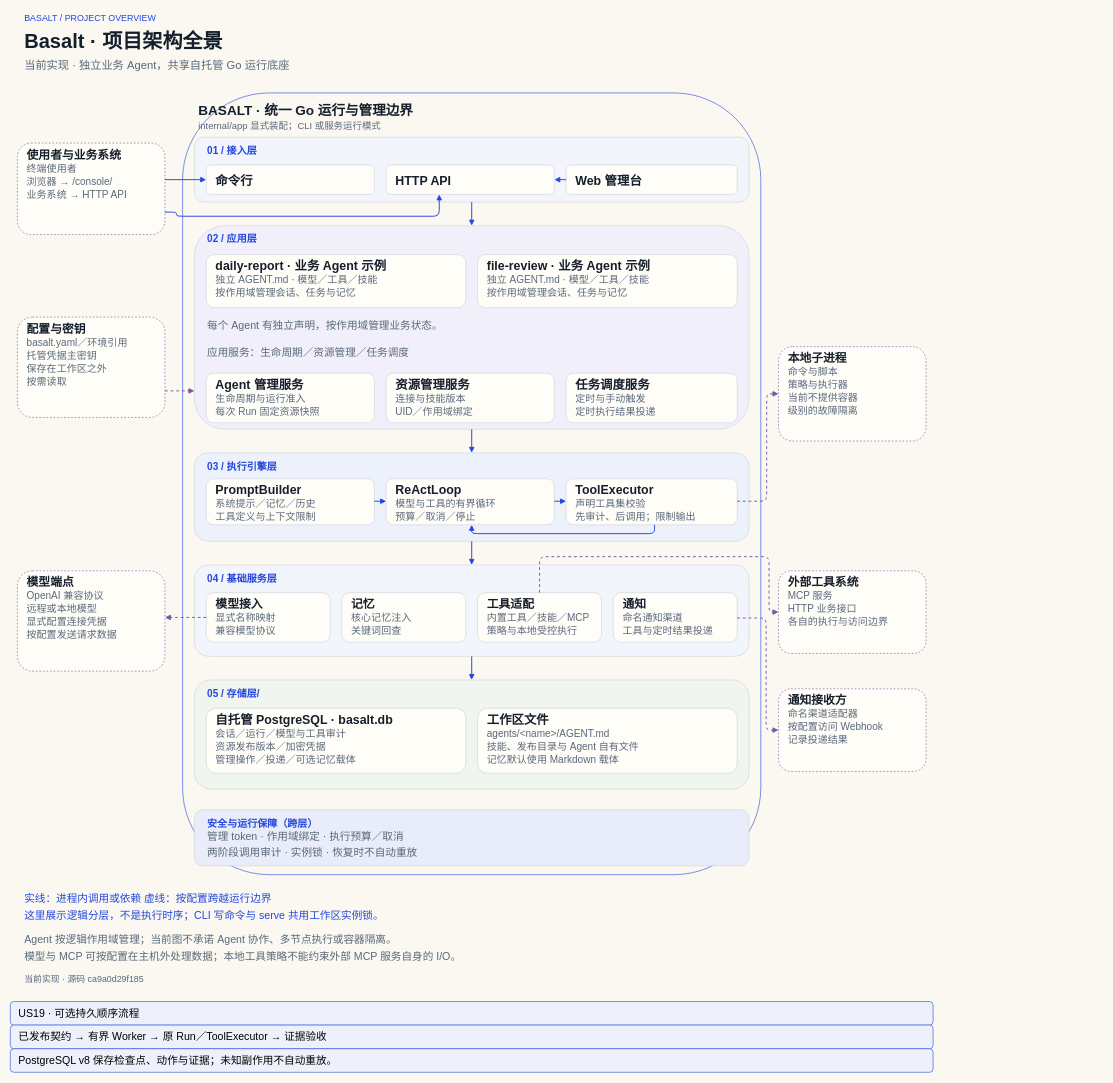
The draw.io diagram page "project-overview-zh" (2 of 12) of website/diagrams/basalt-diagrams.drawio in ymedword/basalt, before the edit. Source tidied: cells renumbered, new cells numbered last; positions are measured from the earlier drawing's top-left corner, leaving out a move shared by most shapes. Both pictures are drawn from the tidied source at 59%, with x=0, y=0 at pixel (10, 10).
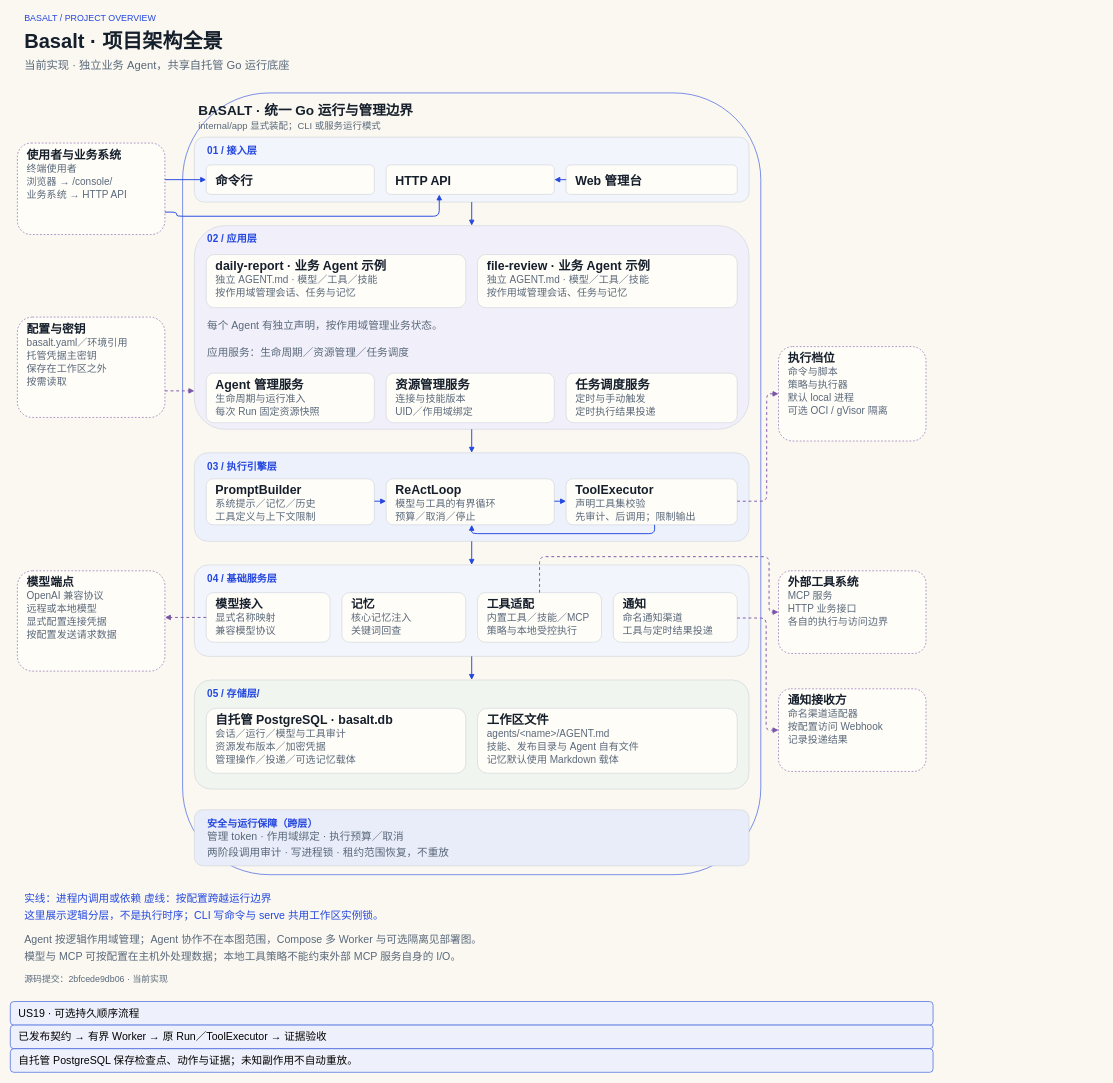
Above is the later version.

Diff of the diagram source:
```diff
@@
-    <mxCell id="102" value="本地子进程" style="text;html=0;whiteSpace=wrap;align=left;verticalAlign=middle;fontFamily=Arial;fontSize=20;fontColor=#151e2b;fontStyle=1;" parent="1" vertex="1">
+    <mxCell id="102" value="执行档位" style="text;html=0;whiteSpace=wrap;align=left;verticalAlign=middle;fontFamily=Arial;fontSize=20;fontColor=#151e2b;fontStyle=1;" parent="1" vertex="1">
       <mxGeometry x="1316" y="575" width="222" height="28" as="geometry" />
     </mxCell>
@@
-    <mxCell id="105" value="当前不提供容器" style="text;html=0;whiteSpace=wrap;align=left;verticalAlign=middle;fontFamily=Arial;fontSize=17;fontColor=#59687a;" parent="1" vertex="1">
+    <mxCell id="105" value="默认 local 进程" style="text;html=0;whiteSpace=wrap;align=left;verticalAlign=middle;fontFamily=Arial;fontSize=17;fontColor=#59687a;" parent="1" vertex="1">
       <mxGeometry x="1316" y="645" width="222" height="25" as="geometry" />
     </mxCell>
-    <mxCell id="106" value="级别的故障隔离" style="text;html=0;whiteSpace=wrap;align=left;verticalAlign=middle;fontFamily=Arial;fontSize=17;fontColor=#59687a;" parent="1" vertex="1">
+    <mxCell id="106" value="可选 OCI / gVisor 隔离" style="text;html=0;whiteSpace=wrap;align=left;verticalAlign=middle;fontFamily=Arial;fontSize=17;fontColor=#59687a;" parent="1" vertex="1">
       <mxGeometry x="1316" y="667" width="222" height="25" as="geometry" />
     </mxCell>
@@
-    <mxCell id="135" value="两阶段调用审计 · 实例锁 · 恢复时不自动重放" style="text;html=0;whiteSpace=wrap;align=left;verticalAlign=middle;fontFamily=Arial;fontSize=18;fontColor=#59687a;" parent="1" vertex="1">
+    <mxCell id="135" value="两阶段调用审计 · 写进程锁 · 租约范围恢复，不重放" style="text;html=0;whiteSpace=wrap;align=left;verticalAlign=middle;fontFamily=Arial;fontSize=18;fontColor=#59687a;" parent="1" vertex="1">
       <mxGeometry x="332" y="1415" width="1520" height="26" as="geometry" />
     </mxCell>
@@
-    <mxCell id="138" value="Agent 按逻辑作用域管理；当前图不承诺 Agent 协作、多节点执行或容器隔离。" style="text;html=0;whiteSpace=wrap;align=left;verticalAlign=middle;fontFamily=Arial;fontSize=18;fontColor=#59687a;" parent="1" vertex="1">
+    <mxCell id="138" value="Agent 按逻辑作用域管理；Agent 协作不在本图范围，Compose 多 Worker 与可选隔离见部署图。" style="text;html=0;whiteSpace=wrap;align=left;verticalAlign=middle;fontFamily=Arial;fontSize=18;fontColor=#59687a;" parent="1" vertex="1">
       <mxGeometry x="22" y="1562" width="1520" height="26" as="geometry" />
     </mxCell>
@@
-    <mxCell id="140" value="当前实现 · 源码 ca9a0d29f185" style="text;html=0;whiteSpace=wrap;align=left;verticalAlign=middle;fontFamily=Arial;fontSize=15;fontColor=#59687a;" parent="1" vertex="1">
+    <mxCell id="140" value="源码提交：2bfcede9db06 · 当前实现" style="text;html=0;whiteSpace=wrap;align=left;verticalAlign=middle;fontFamily=Arial;fontSize=15;fontColor=#59687a;" parent="1" vertex="1">
       <mxGeometry x="22" y="1630" width="1520" height="23" as="geometry" />
     </mxCell>
@@
-    <mxCell id="143" value="PostgreSQL v8 保存检查点、动作与证据；未知副作用不自动重放。" style="rounded=1;whiteSpace=wrap;html=0;fillColor=#eef1fb;strokeColor=#244bd8;fontSize=18;align=left;spacingLeft=12;" parent="1" vertex="1">
+    <mxCell id="143" value="自托管 PostgreSQL 保存检查点、动作与证据；未知副作用不自动重放。" style="rounded=1;whiteSpace=wrap;html=0;fillColor=#eef1fb;strokeColor=#244bd8;fontSize=18;align=left;spacingLeft=12;" parent="1" vertex="1">
       <mxGeometry y="1760" width="1564" height="40" as="geometry" />
     </mxCell>
```
